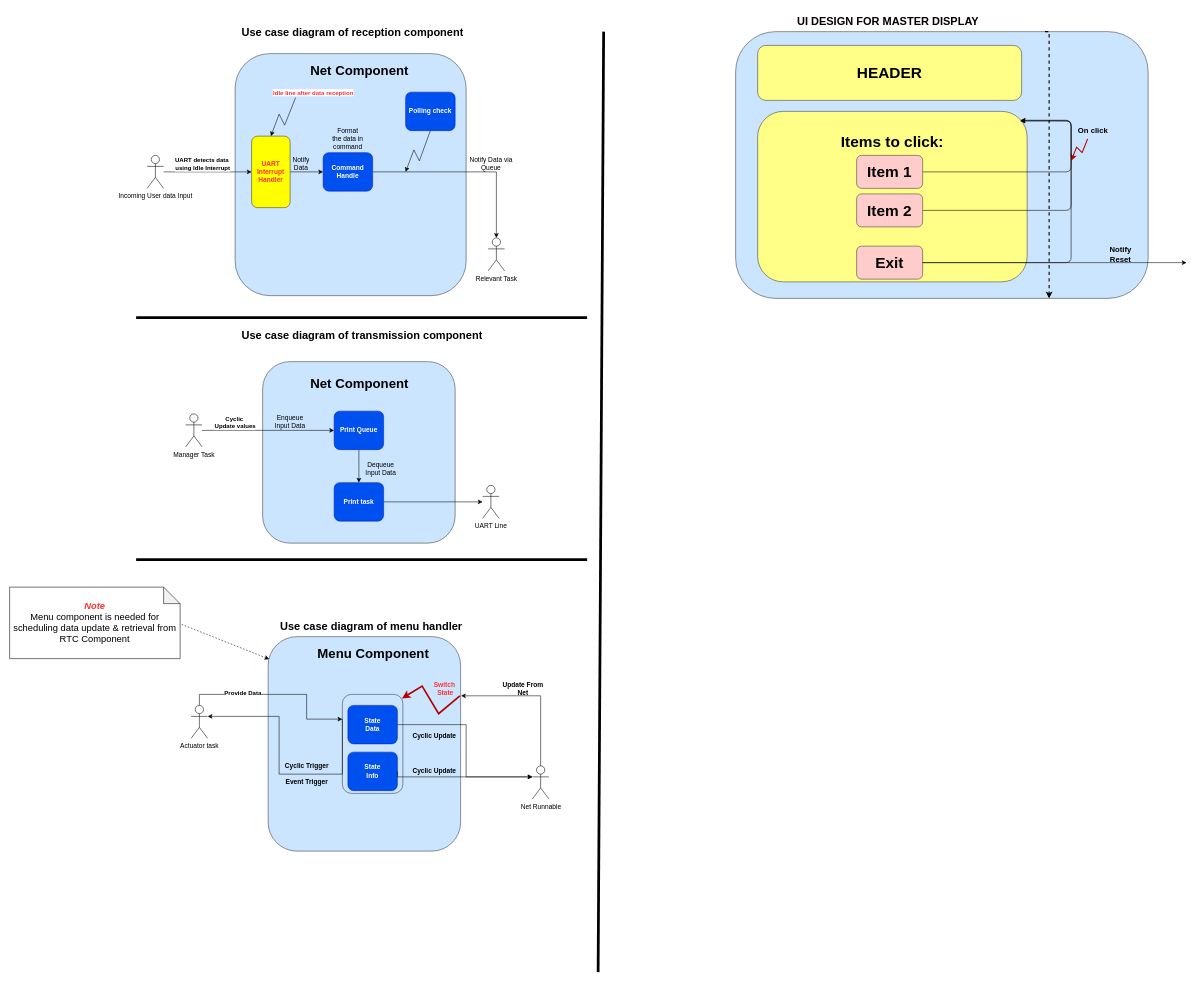
Above: resource/Exercise6_AD_Static.drawio in HuynhKhuong/RTOSStudy (draw.io), before the change. Source tidied: cells renumbered, new cells numbered last; positions are measured from the earlier drawing's top-left corner, leaving out a move shared by most shapes. Both pictures are drawn from the tidied source at 55%, with x=0, y=0 at pixel (9, 9).
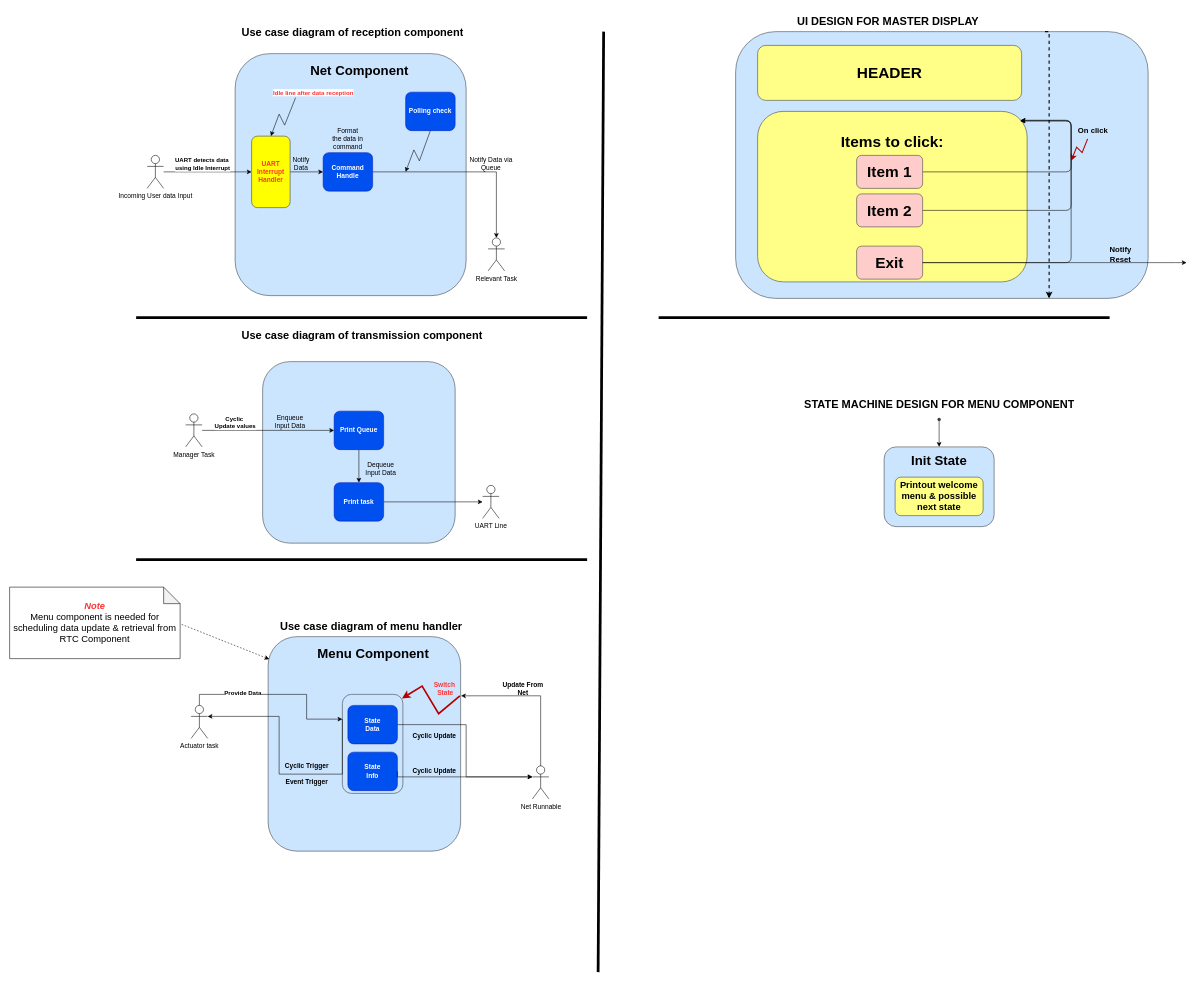
The same diagram, later.

Commit message:
State machine design

Diff of the diagram source:
```diff
@@
+    <mxCell id="73" style="rounded=1;whiteSpace=wrap;html=1;fillColor=#cce5ff;strokeColor=#36393d;" parent="1" vertex="1">
+      <mxGeometry x="1590" y="795" width="200" height="145" as="geometry" />
+    </mxCell>
@@
-    <mxCell id="30" value="&lt;h1 style=&quot;margin-top: 0px;&quot;&gt;Net Component&lt;/h1&gt;" style="text;html=1;whiteSpace=wrap;overflow=hidden;rounded=0;" parent="1" vertex="1">
-      <mxGeometry x="545" y="660" width="190" height="40" as="geometry" />
+    <mxCell id="30" value="&lt;h1 style=&quot;margin-top: 0px;&quot;&gt;Init State&lt;/h1&gt;" style="text;html=1;whiteSpace=wrap;overflow=hidden;rounded=0;align=center;" parent="1" vertex="1">
+      <mxGeometry x="1595" y="800" width="190" height="40" as="geometry" />
     </mxCell>
@@
+    <mxCell id="74" style="edgeStyle=orthogonalEdgeStyle;rounded=0;jettySize=auto;html=1;" parent="1" edge="1" source="76" target="73">
+      <mxGeometry relative="1" as="geometry" />
+    </mxCell>
+    <mxCell id="75" style="endArrow=none;html=1;rounded=0;strokeWidth=5;" parent="1" edge="1">
+      <mxGeometry relative="1" as="geometry">
+        <mxPoint x="1180" y="560" as="sourcePoint" />
+        <mxPoint x="2000" y="560" as="targetPoint" />
+      </mxGeometry>
+    </mxCell>
+    <mxCell id="76" style="shape=waypoint;sketch=0;size=6;points=[];fillColor=#cce5ff;perimeter=centerPerimeter;snapToPoint=1;strokeColor=#36393d;rounded=1;" parent="1" vertex="1">
+      <mxGeometry x="1680" y="735" width="20" height="20" as="geometry" />
+    </mxCell>
+    <mxCell id="77" value="&lt;h1 style=&quot;margin-top: 0px;&quot;&gt;&lt;span style=&quot;font-size: 20px;&quot;&gt;STATE MACHINE DESIGN FOR MENU COMPONENT&lt;/span&gt;&lt;/h1&gt;" style="text;html=1;whiteSpace=wrap;overflow=hidden;rounded=0;" parent="1" vertex="1">
+      <mxGeometry x="1442.5" y="695" width="495" height="40" as="geometry" />
+    </mxCell>
+    <mxCell id="78" value="&lt;b style=&quot;&quot;&gt;&lt;font style=&quot;font-size: 17px;&quot;&gt;Printout welcome menu &amp;amp; possible next state&lt;/font&gt;&lt;/b&gt;" style="rounded=1;whiteSpace=wrap;html=1;fillColor=#ffff88;strokeColor=#36393d;" parent="1" vertex="1">
+      <mxGeometry x="1610" y="850" width="160" height="70" as="geometry" />
+    </mxCell>
```
